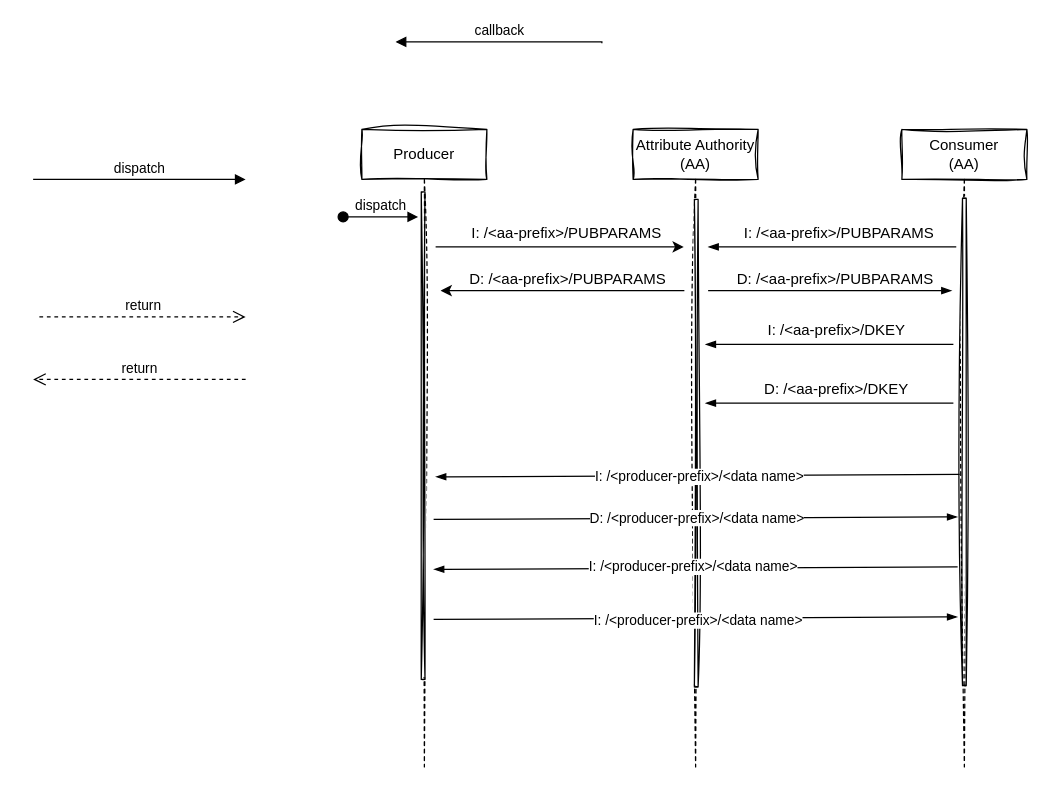
This is seq-nac-revisit.drawio from dulalsaurab/NDNHealth, a draw.io file, before an edit. Source tidied: cells renumbered, new cells numbered last; positions are measured from the earlier drawing's top-left corner, leaving out a move shared by most shapes. Both pictures are drawn from the tidied source at 125%, with x=0, y=0 at pixel (32, 41).
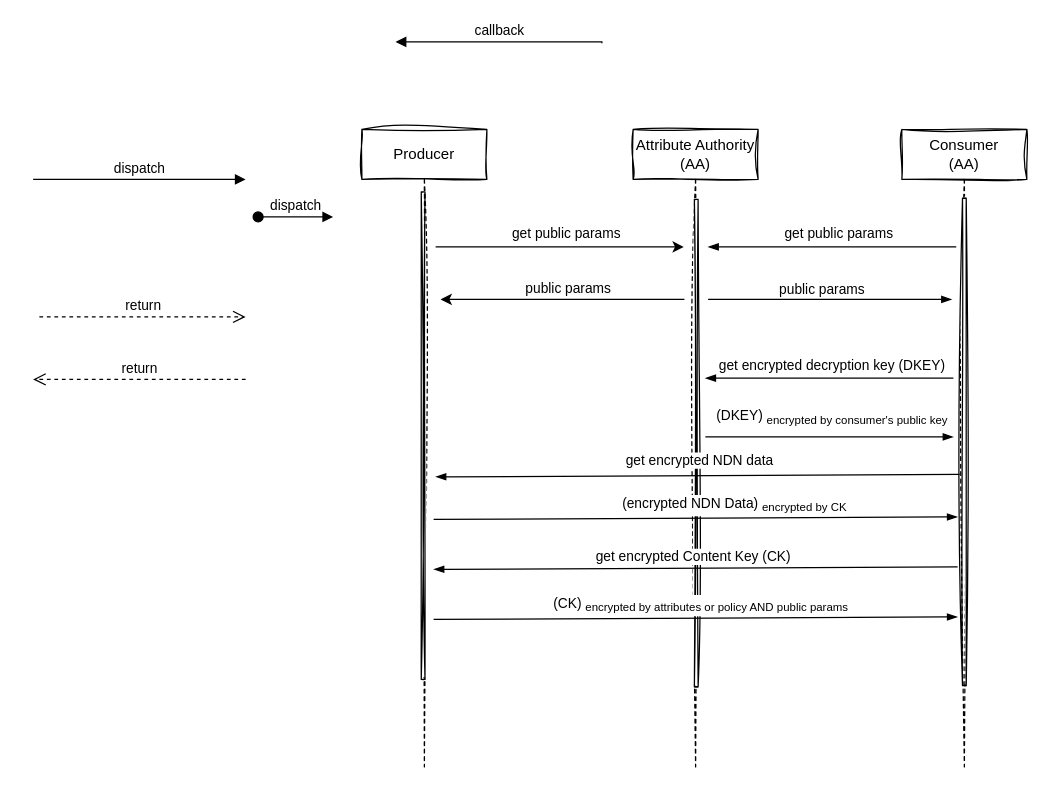
Above is the later version.

Unchanged cells that the change refers to:
```xml
<mxCell id="2" value="Producer" style="shape=umlLifeline;perimeter=lifelinePerimeter;whiteSpace=wrap;html=1;newEdgeStyle={&quot;edgeStyle&quot;:&quot;elbowEdgeStyle&quot;,&quot;elbow&quot;:&quot;vertical&quot;,&quot;curved&quot;:0,&quot;rounded&quot;:0};sketch=1;curveFitting=1;jiggle=2;" parent="1" vertex="1">
  <mxGeometry x="263" y="70" width="100" height="510" as="geometry" />
</mxCell>
<mxCell id="23" style="endArrow=none;html=1;rounded=0;endSize=6;startArrow=blockThin;startFill=1;endFill=0;" parent="1" edge="1">
  <mxGeometry relative="1" as="geometry">
    <mxPoint x="322" y="348" as="sourcePoint" />
    <mxPoint x="741.2" y="346" as="targetPoint" />
  </mxGeometry>
</mxCell>
<mxCell id="26" style="endArrow=none;html=1;rounded=0;endSize=6;startArrow=blockThin;startFill=1;endFill=0;" parent="1" edge="1">
  <mxGeometry relative="1" as="geometry">
    <mxPoint x="320.4" y="422" as="sourcePoint" />
    <mxPoint x="739.6" y="420" as="targetPoint" />
  </mxGeometry>
</mxCell>
<mxCell id="28" style="endArrow=blockThin;html=1;rounded=0;endSize=6;startArrow=none;startFill=0;endFill=1;" parent="1" edge="1">
  <mxGeometry relative="1" as="geometry">
    <mxPoint x="320.4" y="462" as="sourcePoint" />
    <mxPoint x="739.6" y="460" as="targetPoint" />
  </mxGeometry>
</mxCell>
```

The edit, as a diff of the source:
```diff
@@
     <mxCell id="3" value="dispatch" style="html=1;verticalAlign=bottom;startArrow=oval;endArrow=block;startSize=8;edgeStyle=elbowEdgeStyle;elbow=vertical;curved=0;rounded=0;" parent="2" edge="1">
       <mxGeometry relative="1" as="geometry">
-        <mxPoint x="-15" y="70" as="sourcePoint" />
-        <mxPoint x="45" y="70" as="targetPoint" />
+        <mxPoint x="-83" y="70" as="sourcePoint" />
+        <mxPoint x="-23" y="70" as="targetPoint" />
       </mxGeometry>
     </mxCell>
@@
     <mxCell id="14" style="endArrow=classic;html=1;rounded=0;strokeColor=default;jumpStyle=none;jumpSize=5;endSize=6;" parent="1" edge="1">
       <mxGeometry relative="1" as="geometry">
-        <mxPoint x="521" y="199" as="sourcePoint" />
-        <mxPoint x="326" y="199" as="targetPoint" />
+        <mxPoint x="521" y="206" as="sourcePoint" />
+        <mxPoint x="326" y="206" as="targetPoint" />
       </mxGeometry>
     </mxCell>
+    <mxCell id="33" value="&lt;span style=&quot;text-align: left; background-color: rgb(251, 251, 251);&quot;&gt;public params&lt;br&gt;&lt;/span&gt;" style="edgeLabel;html=1;align=center;verticalAlign=middle;" parent="14" vertex="1">
+      <mxGeometry x="0.23" y="-1" relative="1" as="geometry">
+        <mxPoint x="26" y="-9" as="offset" />
+      </mxGeometry>
+    </mxCell>
-    <mxCell id="15" value="I: /&amp;lt;aa-prefix&amp;gt;/PUBPARAMS" style="text;html=1;strokeColor=none;fillColor=none;align=center;verticalAlign=middle;whiteSpace=wrap;rounded=0;" parent="1" vertex="1">
+    <mxCell id="15" value="&lt;font style=&quot;font-size: 11px;&quot;&gt;get public params&lt;/font&gt;" style="text;html=1;strokeColor=none;fillColor=none;align=center;verticalAlign=middle;whiteSpace=wrap;rounded=0;fontSize=11;" parent="1" vertex="1">
       <mxGeometry x="347" y="138" width="160" height="30" as="geometry" />
     </mxCell>
-    <mxCell id="16" value="D: /&amp;lt;aa-prefix&amp;gt;/PUBPARAMS" style="text;html=1;strokeColor=none;fillColor=none;align=center;verticalAlign=middle;whiteSpace=wrap;rounded=0;" parent="1" vertex="1">
-      <mxGeometry x="348" y="175" width="160" height="30" as="geometry" />
-    </mxCell>
     <mxCell id="17" style="endArrow=none;html=1;rounded=0;strokeColor=default;jumpStyle=none;jumpSize=5;endSize=6;endFill=0;startArrow=blockThin;startFill=1;" parent="1" edge="1">
       <mxGeometry relative="1" as="geometry">
-        <mxPoint x="735" y="199" as="sourcePoint" />
-        <mxPoint x="540" y="199" as="targetPoint" />
+        <mxPoint x="735" y="206" as="sourcePoint" />
+        <mxPoint x="540" y="206" as="targetPoint" />
       </mxGeometry>
     </mxCell>
-    <mxCell id="18" value="D: /&amp;lt;aa-prefix&amp;gt;/PUBPARAMS" style="text;html=1;strokeColor=none;fillColor=none;align=center;verticalAlign=middle;whiteSpace=wrap;rounded=0;" parent="1" vertex="1">
-      <mxGeometry x="562" y="175" width="160" height="30" as="geometry" />
-    </mxCell>
+    <mxCell id="34" value="public params" style="edgeLabel;html=1;align=center;verticalAlign=middle;" parent="17" vertex="1">
+      <mxGeometry x="0.27" y="-1" relative="1" as="geometry">
+        <mxPoint x="19" y="-8" as="offset" />
+      </mxGeometry>
+    </mxCell>
@@
-    <mxCell id="20" value="I: /&amp;lt;aa-prefix&amp;gt;/PUBPARAMS" style="text;html=1;strokeColor=none;fillColor=none;align=center;verticalAlign=middle;whiteSpace=wrap;rounded=0;" parent="1" vertex="1">
+    <mxCell id="20" value="get public params" style="text;html=1;strokeColor=none;fillColor=none;align=center;verticalAlign=middle;whiteSpace=wrap;rounded=0;fontSize=11;" parent="1" vertex="1">
       <mxGeometry x="565" y="138" width="160" height="30" as="geometry" />
     </mxCell>
     <mxCell id="21" style="endArrow=none;html=1;rounded=0;endSize=6;startArrow=blockThin;startFill=1;endFill=0;" parent="1" edge="1">
       <mxGeometry relative="1" as="geometry">
-        <mxPoint x="537.8" y="242" as="sourcePoint" />
-        <mxPoint x="736.2" y="242" as="targetPoint" />
+        <mxPoint x="537.8" y="269" as="sourcePoint" />
+        <mxPoint x="736.2" y="269" as="targetPoint" />
       </mxGeometry>
     </mxCell>
-    <mxCell id="22" value="I: /&amp;lt;aa-prefix&amp;gt;/DKEY" style="text;html=1;strokeColor=none;fillColor=none;align=center;verticalAlign=middle;whiteSpace=wrap;rounded=0;" parent="1" vertex="1">
-      <mxGeometry x="562.8" y="216" width="160" height="30" as="geometry" />
-    </mxCell>
+    <mxCell id="35" value="get encrypted decryption key (DKEY)" style="edgeLabel;html=1;align=center;verticalAlign=middle;" parent="21" vertex="1">
+      <mxGeometry x="-0.09" y="3" relative="1" as="geometry">
+        <mxPoint x="11" y="-8" as="offset" />
+      </mxGeometry>
+    </mxCell>
@@
-    <mxCell id="24" value="I: /&amp;lt;producer-prefix&amp;gt;/&amp;lt;data name&amp;gt;" style="edgeLabel;html=1;align=center;verticalAlign=middle;" parent="23" vertex="1">
+    <mxCell id="24" value="get encrypted NDN data" style="edgeLabel;html=1;align=center;verticalAlign=middle;" parent="23" vertex="1">
       <mxGeometry x="0.13" y="-1" relative="1" as="geometry">
-        <mxPoint x="-27" as="offset" />
+        <mxPoint x="-27" y="-13" as="offset" />
       </mxGeometry>
     </mxCell>
@@
-    <mxCell id="27" value="I: /&amp;lt;producer-prefix&amp;gt;/&amp;lt;data name&amp;gt;" style="edgeLabel;html=1;align=center;verticalAlign=middle;" parent="26" vertex="1">
+    <mxCell id="27" value="get encrypted Content Key (CK)" style="edgeLabel;html=1;align=center;verticalAlign=middle;" parent="26" vertex="1">
       <mxGeometry x="-0.23" y="2" relative="1" as="geometry">
-        <mxPoint x="46" as="offset" />
+        <mxPoint x="46" y="-8" as="offset" />
       </mxGeometry>
     </mxCell>
@@
-    <mxCell id="29" value="I: /&amp;lt;producer-prefix&amp;gt;/&amp;lt;data name&amp;gt;" style="edgeLabel;html=1;align=center;verticalAlign=middle;" parent="28" vertex="1">
+    <mxCell id="29" value="(CK)&amp;nbsp;&lt;sub&gt;encrypted by attributes or policy AND public params&lt;/sub&gt;" style="edgeLabel;html=1;align=center;verticalAlign=middle;" parent="28" vertex="1">
       <mxGeometry x="-0.16" y="-1" relative="1" as="geometry">
-        <mxPoint x="35" as="offset" />
+        <mxPoint x="37" y="-12" as="offset" />
       </mxGeometry>
     </mxCell>
-    <mxCell id="30" value="D: /&amp;lt;producer-prefix&amp;gt;/&amp;lt;data name&amp;gt;" style="edgeLabel;html=1;align=center;verticalAlign=middle;" parent="1" vertex="1">
-      <mxGeometry x="530" y="380" as="geometry" />
+    <mxCell id="30" value="(encrypted NDN Data)&amp;nbsp;&lt;sub style=&quot;border-color: var(--border-color);&quot;&gt;encrypted by CK&lt;/sub&gt;" style="edgeLabel;html=1;align=center;verticalAlign=middle;" parent="1" vertex="1">
+      <mxGeometry x="560" y="370" as="geometry" />
     </mxCell>
-    <mxCell id="31" style="endArrow=none;html=1;rounded=0;endSize=6;startArrow=blockThin;startFill=1;endFill=0;" parent="1" edge="1">
+    <mxCell id="31" style="endArrow=blockThin;html=1;rounded=0;endSize=6;startArrow=none;startFill=0;endFill=1;" parent="1" edge="1">
       <mxGeometry relative="1" as="geometry">
-        <mxPoint x="537.8" y="289" as="sourcePoint" />
-        <mxPoint x="736.2" y="289" as="targetPoint" />
+        <mxPoint x="537.8" y="316" as="sourcePoint" />
+        <mxPoint x="736.2" y="316" as="targetPoint" />
       </mxGeometry>
     </mxCell>
-    <mxCell id="32" value="D: /&amp;lt;aa-prefix&amp;gt;/DKEY" style="text;html=1;strokeColor=none;fillColor=none;align=center;verticalAlign=middle;whiteSpace=wrap;rounded=0;" parent="1" vertex="1">
-      <mxGeometry x="562.8" y="263" width="160" height="30" as="geometry" />
-    </mxCell>
+    <mxCell id="36" value="(DKEY)&amp;nbsp;&lt;sub&gt;encrypted by&amp;nbsp;&lt;/sub&gt;&lt;sub&gt;consumer's public key&lt;/sub&gt;" style="edgeLabel;html=1;align=center;verticalAlign=middle;" parent="31" vertex="1">
+      <mxGeometry x="-0.2" y="-3" relative="1" as="geometry">
+        <mxPoint x="22" y="-19" as="offset" />
+      </mxGeometry>
+    </mxCell>
```
